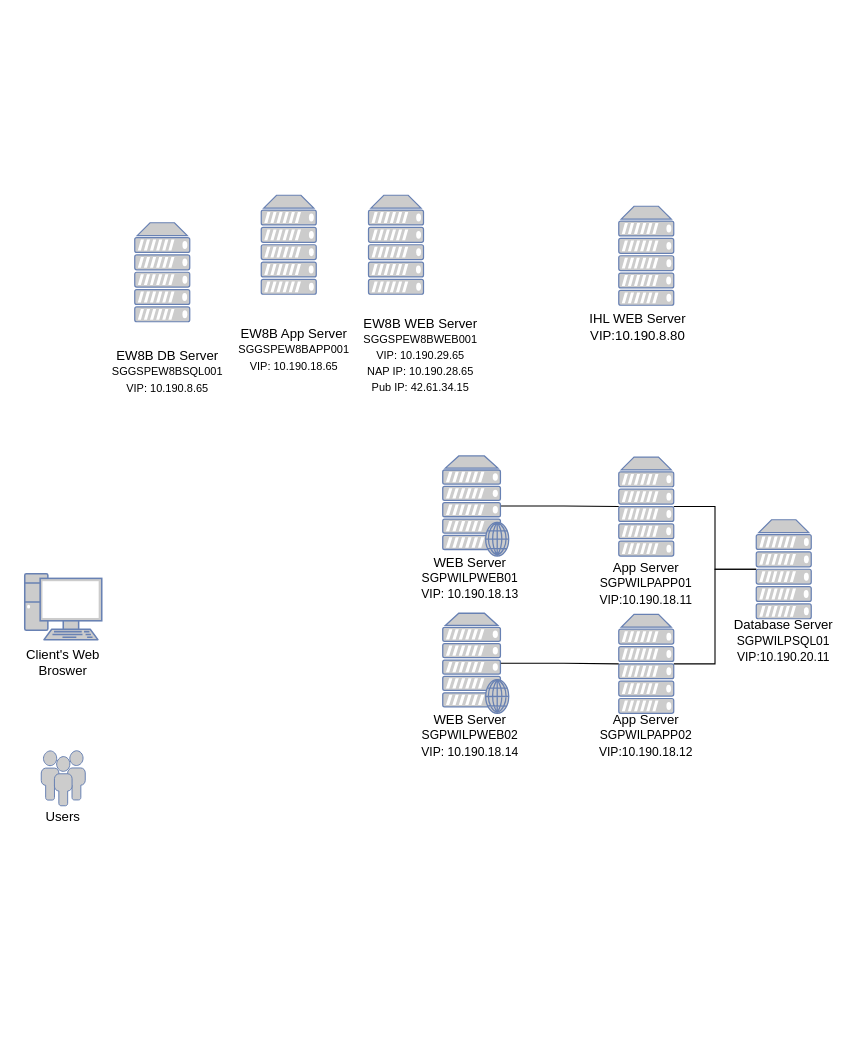
Above: NW Diagram.drawio in myomyo/branch (draw.io), before the change. Source tidied: cells renumbered, new cells numbered last; positions are measured from the earlier drawing's top-left corner, leaving out a move shared by most shapes. Both pictures are drawn from the tidied source at 110%, with x=0, y=0 at pixel (19, 195).
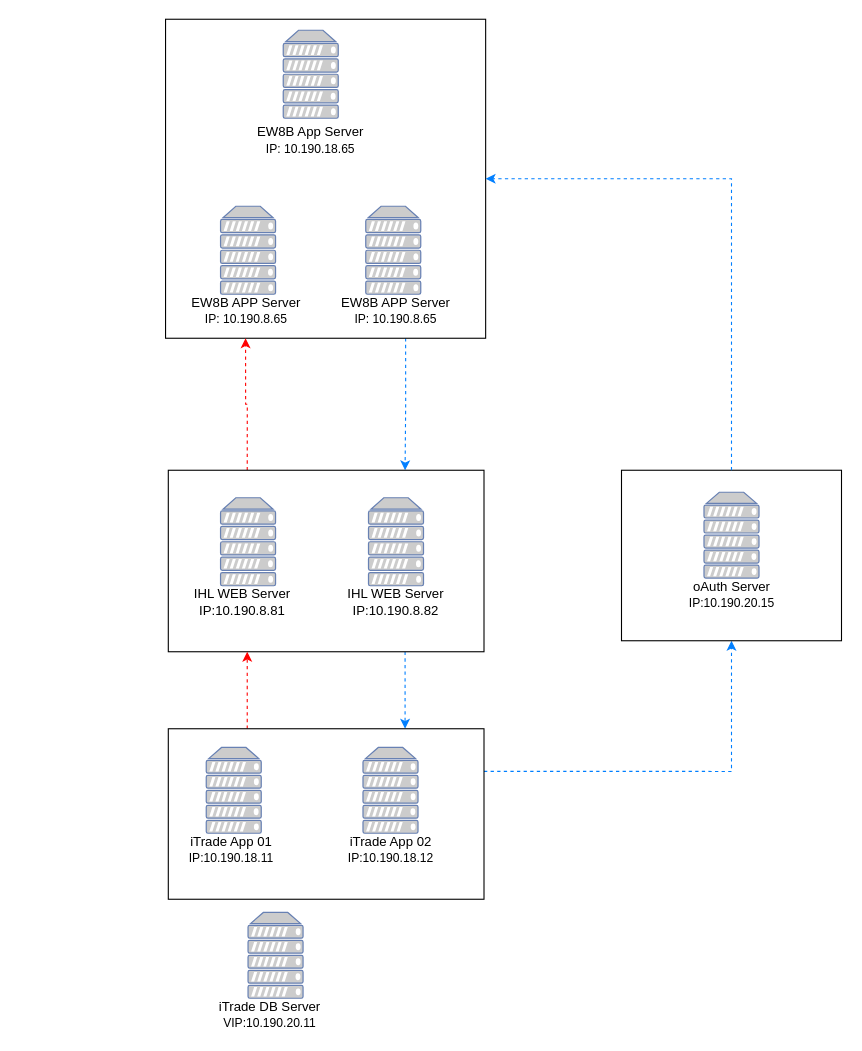
The same diagram, later.

The edit, as a diff of the source:
```diff
@@
-    <mxCell id="2" style="fontColor=#0066CC;verticalAlign=top;verticalLabelPosition=bottom;labelPosition=center;align=center;html=1;fillColor=#CCCCCC;strokeColor=#6881B3;gradientColor=none;gradientDirection=north;strokeWidth=2;shape=mxgraph.networks.pc;" parent="1" vertex="1">
-      <mxGeometry x="5" y="344" width="70" height="60" as="geometry" />
-    </mxCell>
-    <mxCell id="3" style="rounded=0;jettySize=auto;html=1;exitX=0.88;exitY=0.5;exitDx=0;exitDy=0;exitPerimeter=0;edgeStyle=orthogonalEdgeStyle;endArrow=none;endFill=0;entryX=0;entryY=0.5;entryDx=0;entryDy=0;entryPerimeter=0;" parent="1" edge="1" source="4" target="6">
-      <mxGeometry relative="1" as="geometry" />
-    </mxCell>
-    <mxCell id="4" style="fontColor=#0066CC;verticalAlign=top;verticalLabelPosition=bottom;labelPosition=center;align=center;html=1;outlineConnect=0;fillColor=#CCCCCC;strokeColor=#6881B3;gradientColor=none;gradientDirection=north;strokeWidth=2;shape=mxgraph.networks.web_server;" parent="1" vertex="1">
-      <mxGeometry x="385" y="237" width="60" height="91" as="geometry" />
-    </mxCell>
-    <mxCell id="5" style="edgeStyle=orthogonalEdgeStyle;rounded=0;jettySize=auto;html=1;exitX=1;exitY=0.5;exitDx=0;exitDy=0;exitPerimeter=0;entryX=0;entryY=0.5;entryDx=0;entryDy=0;entryPerimeter=0;endArrow=none;endFill=0;" parent="1" edge="1" source="6" target="14">
-      <mxGeometry relative="1" as="geometry" />
-    </mxCell>
+    <mxCell id="28" style="edgeStyle=orthogonalEdgeStyle;rounded=0;jettySize=auto;html=1;exitX=0.75;exitY=1;exitDx=0;exitDy=0;entryX=0.75;entryY=0;entryDx=0;entryDy=0;dashed=1;strokeColor=#007FFF;" parent="1" edge="1" source="29" target="32">
+      <mxGeometry relative="1" as="geometry" />
+    </mxCell>
+    <mxCell id="29" style="rounded=0;whiteSpace=wrap;html=1;" parent="1" vertex="1">
+      <mxGeometry x="133" y="-160" width="291" height="290" as="geometry" />
+    </mxCell>
+    <mxCell id="30" style="edgeStyle=orthogonalEdgeStyle;rounded=0;jettySize=auto;html=1;exitX=0.75;exitY=1;exitDx=0;exitDy=0;strokeColor=#007FFF;dashed=1;entryX=0.75;entryY=0;entryDx=0;entryDy=0;" parent="1" edge="1" source="32" target="35">
+      <mxGeometry relative="1" as="geometry" />
+    </mxCell>
+    <mxCell id="31" style="edgeStyle=orthogonalEdgeStyle;rounded=0;jettySize=auto;html=1;exitX=0.25;exitY=0;exitDx=0;exitDy=0;entryX=0.25;entryY=1;entryDx=0;entryDy=0;dashed=1;strokeColor=#FF0000;" parent="1" edge="1" source="32" target="29">
+      <mxGeometry relative="1" as="geometry" />
+    </mxCell>
+    <mxCell id="32" style="rounded=0;whiteSpace=wrap;html=1;" parent="1" vertex="1">
+      <mxGeometry x="135.5" y="250" width="287" height="165" as="geometry" />
+    </mxCell>
+    <mxCell id="33" style="edgeStyle=orthogonalEdgeStyle;rounded=0;jettySize=auto;html=1;exitX=0.25;exitY=0;exitDx=0;exitDy=0;entryX=0.25;entryY=1;entryDx=0;entryDy=0;dashed=1;strokeColor=#FF0000;" parent="1" edge="1" source="35" target="32">
+      <mxGeometry relative="1" as="geometry" />
+    </mxCell>
+    <mxCell id="34" style="edgeStyle=orthogonalEdgeStyle;rounded=0;jettySize=auto;html=1;exitX=1;exitY=0.25;exitDx=0;exitDy=0;dashed=1;strokeColor=#007FFF;" parent="1" edge="1" source="35" target="38">
+      <mxGeometry relative="1" as="geometry" />
+    </mxCell>
+    <mxCell id="35" style="rounded=0;whiteSpace=wrap;html=1;" parent="1" vertex="1">
+      <mxGeometry x="135.5" y="485" width="287" height="155" as="geometry" />
+    </mxCell>
     <mxCell id="6" style="fontColor=#0066CC;verticalAlign=top;verticalLabelPosition=bottom;labelPosition=center;align=center;html=1;outlineConnect=0;fillColor=#CCCCCC;strokeColor=#6881B3;gradientColor=none;gradientDirection=north;strokeWidth=2;shape=mxgraph.networks.server;" parent="1" vertex="1">
-      <mxGeometry x="545" y="238" width="50" height="90" as="geometry" />
+      <mxGeometry x="312.5" y="502" width="50" height="78" as="geometry" />
     </mxCell>
-    <mxCell id="7" value="Client's Web Broswer" style="text;html=1;strokeColor=none;fillColor=none;align=center;verticalAlign=middle;whiteSpace=wrap;rounded=0;" parent="1" vertex="1">
-      <mxGeometry y="410" width="80" height="30" as="geometry" />
-    </mxCell>
-    <mxCell id="8" value="Database Server&lt;br&gt;&lt;span style=&quot;font-size: 11px&quot;&gt;SGPWILPSQL01&lt;/span&gt;&lt;br&gt;&lt;font style=&quot;font-size: 11px&quot;&gt;VIP:10.190.20.11&lt;/font&gt;" style="text;html=1;strokeColor=none;fillColor=none;align=center;verticalAlign=middle;whiteSpace=wrap;rounded=0;" parent="1" vertex="1">
-      <mxGeometry x="640" y="390" width="110" height="30" as="geometry" />
+    <mxCell id="8" value="iTrade DB Server&lt;br&gt;&lt;font style=&quot;font-size: 11px&quot;&gt;VIP:10.190.20.11&lt;/font&gt;" style="text;html=1;strokeColor=none;fillColor=none;align=center;verticalAlign=middle;whiteSpace=wrap;rounded=0;" parent="1" vertex="1">
+      <mxGeometry x="172.5" y="730" width="110" height="30" as="geometry" />
     </mxCell>
-    <mxCell id="9" style="fontColor=#0066CC;verticalAlign=top;verticalLabelPosition=bottom;labelPosition=center;align=center;html=1;outlineConnect=0;fillColor=#CCCCCC;strokeColor=#6881B3;gradientColor=none;gradientDirection=north;strokeWidth=2;shape=mxgraph.networks.web_server;" parent="1" vertex="1">
-      <mxGeometry x="385" y="380" width="60" height="91" as="geometry" />
-    </mxCell>
-    <mxCell id="10" style="edgeStyle=orthogonalEdgeStyle;rounded=0;jettySize=auto;html=1;exitX=1;exitY=0.5;exitDx=0;exitDy=0;exitPerimeter=0;entryX=0;entryY=0.5;entryDx=0;entryDy=0;entryPerimeter=0;endArrow=none;endFill=0;" parent="1" edge="1" source="11" target="14">
-      <mxGeometry relative="1" as="geometry" />
-    </mxCell>
-    <mxCell id="11" style="fontColor=#0066CC;verticalAlign=top;verticalLabelPosition=bottom;labelPosition=center;align=center;html=1;outlineConnect=0;fillColor=#CCCCCC;strokeColor=#6881B3;gradientColor=none;gradientDirection=north;strokeWidth=2;shape=mxgraph.networks.server;" parent="1" vertex="1">
-      <mxGeometry x="545" y="381" width="50" height="90" as="geometry" />
-    </mxCell>
-    <mxCell id="12" value="WEB Server&lt;br&gt;&lt;font style=&quot;font-size: 11px&quot;&gt;SGPWILPWEB01&lt;/font&gt;&lt;br&gt;&lt;font style=&quot;font-size: 11px&quot;&gt;VIP: 10.190.18.13&lt;/font&gt;" style="text;html=1;strokeColor=none;fillColor=none;align=center;verticalAlign=middle;whiteSpace=wrap;rounded=0;" parent="1" vertex="1">
-      <mxGeometry x="360" y="328" width="100" height="39" as="geometry" />
-    </mxCell>
-    <mxCell id="13" value="App Server&lt;br&gt;&lt;span style=&quot;font-size: 11px&quot;&gt;SGPWILPAPP01&lt;/span&gt;&lt;br&gt;&lt;font style=&quot;font-size: 11px&quot;&gt;VIP:10.190.18.11&lt;/font&gt;" style="text;html=1;strokeColor=none;fillColor=none;align=center;verticalAlign=middle;whiteSpace=wrap;rounded=0;" parent="1" vertex="1">
-      <mxGeometry x="525" y="338" width="90" height="29" as="geometry" />
+    <mxCell id="13" value="iTrade App 01&lt;br&gt;&lt;font style=&quot;font-size: 11px&quot;&gt;IP:10.190.18.11&lt;/font&gt;" style="text;html=1;strokeColor=none;fillColor=none;align=center;verticalAlign=middle;whiteSpace=wrap;rounded=0;" parent="1" vertex="1">
+      <mxGeometry x="147.5" y="580" width="90" height="29" as="geometry" />
     </mxCell>
-    <mxCell id="14" style="fontColor=#0066CC;verticalAlign=top;verticalLabelPosition=bottom;labelPosition=center;align=center;html=1;outlineConnect=0;fillColor=#CCCCCC;strokeColor=#6881B3;gradientColor=none;gradientDirection=north;strokeWidth=2;shape=mxgraph.networks.server;" parent="1" vertex="1">
-      <mxGeometry x="670" y="295" width="50" height="90" as="geometry" />
-    </mxCell>
     <mxCell id="15" style="fontColor=#0066CC;verticalAlign=top;verticalLabelPosition=bottom;labelPosition=center;align=center;html=1;fillColor=#CCCCCC;strokeColor=#6881B3;gradientColor=none;gradientDirection=north;strokeWidth=2;shape=mxgraph.networks.server;" parent="1" vertex="1">
-      <mxGeometry x="545" y="10" width="50" height="90" as="geometry" />
+      <mxGeometry x="183" y="275" width="50" height="80" as="geometry" />
     </mxCell>
-    <mxCell id="16" value="IHL WEB Server&lt;br&gt;VIP:10.190.8.80" style="text;html=1;strokeColor=none;fillColor=none;align=center;verticalAlign=middle;whiteSpace=wrap;rounded=0;" parent="1" vertex="1">
-      <mxGeometry x="510" y="110" width="105" height="20" as="geometry" />
+    <mxCell id="16" value="IHL WEB Server&lt;br&gt;IP:10.190.8.81" style="text;html=1;strokeColor=none;fillColor=none;align=center;verticalAlign=middle;whiteSpace=wrap;rounded=0;" parent="1" vertex="1">
+      <mxGeometry x="152.5" y="355" width="100" height="30" as="geometry" />
     </mxCell>
-    <mxCell id="17" style="rounded=0;jettySize=auto;html=1;exitX=0.88;exitY=0.5;exitDx=0;exitDy=0;exitPerimeter=0;edgeStyle=orthogonalEdgeStyle;endArrow=none;endFill=0;entryX=0;entryY=0.5;entryDx=0;entryDy=0;entryPerimeter=0;" parent="1" edge="1" source="9" target="11">
-      <mxGeometry relative="1" as="geometry" />
-    </mxCell>
-    <mxCell id="18" value="WEB Server&lt;br&gt;&lt;span style=&quot;font-size: 11px&quot;&gt;SGPWILPWEB02&lt;/span&gt;&lt;br&gt;&lt;font style=&quot;font-size: 11px&quot;&gt;VIP: 10.190.18.14&lt;/font&gt;" style="text;html=1;strokeColor=none;fillColor=none;align=center;verticalAlign=middle;whiteSpace=wrap;rounded=0;" parent="1" vertex="1">
-      <mxGeometry x="360" y="471" width="100" height="39" as="geometry" />
-    </mxCell>
-    <mxCell id="19" value="App Server&lt;br&gt;&lt;span style=&quot;font-size: 11px&quot;&gt;SGPWILPAPP02&lt;/span&gt;&lt;br&gt;&lt;font style=&quot;font-size: 11px&quot;&gt;VIP:10.190.18.12&lt;/font&gt;" style="text;html=1;strokeColor=none;fillColor=none;align=center;verticalAlign=middle;whiteSpace=wrap;rounded=0;" parent="1" vertex="1">
-      <mxGeometry x="525" y="476" width="90" height="29" as="geometry" />
+    <mxCell id="19" value="iTrade App 02&lt;br&gt;&lt;font style=&quot;font-size: 11px&quot;&gt;IP:10.190.18.12&lt;/font&gt;" style="text;html=1;strokeColor=none;fillColor=none;align=center;verticalAlign=middle;whiteSpace=wrap;rounded=0;" parent="1" vertex="1">
+      <mxGeometry x="292.5" y="580" width="90" height="29" as="geometry" />
     </mxCell>
-    <mxCell id="20" style="fontColor=#0066CC;verticalAlign=top;verticalLabelPosition=bottom;labelPosition=center;align=center;html=1;fillColor=#CCCCCC;strokeColor=#6881B3;gradientColor=none;gradientDirection=north;strokeWidth=2;shape=mxgraph.networks.server;" parent="1" vertex="1">
-      <mxGeometry x="105" y="25" width="50" height="90" as="geometry" />
-    </mxCell>
-    <mxCell id="21" value="EW8B App Server&lt;font style=&quot;font-size: 10px&quot;&gt;&lt;br&gt;&lt;font style=&quot;font-size: 10px&quot;&gt;SGGSPEW8BAPP001&lt;br&gt;VIP: 10.190.18.65&lt;/font&gt;&lt;/font&gt;" style="text;html=1;strokeColor=none;fillColor=none;align=center;verticalAlign=middle;whiteSpace=wrap;rounded=0;" parent="1" vertex="1">
-      <mxGeometry x="195" y="110" width="110" height="60" as="geometry" />
+    <mxCell id="21" value="EW8B App Server&lt;font&gt;&lt;br&gt;&lt;font style=&quot;font-size: 11px&quot;&gt;IP: 10.190.18.65&lt;/font&gt;&lt;/font&gt;" style="text;html=1;strokeColor=none;fillColor=none;align=center;verticalAlign=middle;whiteSpace=wrap;rounded=0;" parent="1" vertex="1">
+      <mxGeometry x="210" y="-65" width="110" height="30" as="geometry" />
     </mxCell>
-    <mxCell id="22" style="fontColor=#0066CC;verticalAlign=top;verticalLabelPosition=bottom;labelPosition=center;align=center;html=1;fillColor=#CCCCCC;strokeColor=#6881B3;gradientColor=none;gradientDirection=north;strokeWidth=2;shape=mxgraph.networks.server;" parent="1" vertex="1">
-      <mxGeometry x="220" width="50" height="90" as="geometry" />
-    </mxCell>
-    <mxCell id="23" value="EW8B DB Server&lt;font style=&quot;font-size: 10px&quot;&gt;&lt;br&gt;&lt;font style=&quot;font-size: 10px&quot;&gt;SGGSPEW8BSQL001&lt;br&gt;VIP: 10.190.8.65&lt;/font&gt;&lt;/font&gt;" style="text;html=1;strokeColor=none;fillColor=none;align=center;verticalAlign=middle;whiteSpace=wrap;rounded=0;" parent="1" vertex="1">
-      <mxGeometry x="85" y="130" width="100" height="60" as="geometry" />
+    <mxCell id="23" value="EW8B APP Server&lt;font&gt;&lt;br&gt;&lt;font style=&quot;font-size: 11px&quot;&gt;IP: 10.190.8.65&lt;/font&gt;&lt;/font&gt;" style="text;html=1;strokeColor=none;fillColor=none;align=center;verticalAlign=middle;whiteSpace=wrap;rounded=0;" parent="1" vertex="1">
+      <mxGeometry x="155" y="88" width="103" height="33" as="geometry" />
     </mxCell>
-    <mxCell id="24" style="fontColor=#0066CC;verticalAlign=top;verticalLabelPosition=bottom;labelPosition=center;align=center;html=1;fillColor=#CCCCCC;strokeColor=#6881B3;gradientColor=none;gradientDirection=north;strokeWidth=2;shape=mxgraph.networks.users;" parent="1" vertex="1">
-      <mxGeometry x="20" y="505" width="40" height="50" as="geometry" />
-    </mxCell>
-    <mxCell id="25" value="Users" style="text;html=1;strokeColor=none;fillColor=none;align=center;verticalAlign=middle;whiteSpace=wrap;rounded=0;" parent="1" vertex="1">
-      <mxGeometry x="5" y="555" width="70" height="20" as="geometry" />
-    </mxCell>
-    <mxCell id="26" style="fontColor=#0066CC;verticalAlign=top;verticalLabelPosition=bottom;labelPosition=center;align=center;html=1;fillColor=#CCCCCC;strokeColor=#6881B3;gradientColor=none;gradientDirection=north;strokeWidth=2;shape=mxgraph.networks.server;" parent="1" vertex="1">
-      <mxGeometry x="317.5" width="50" height="90" as="geometry" />
-    </mxCell>
-    <mxCell id="27" value="EW8B WEB Server&lt;font style=&quot;font-size: 10px&quot;&gt;&lt;br&gt;&lt;font style=&quot;font-size: 10px&quot;&gt;SGGSPEW8BWEB001&lt;br&gt;VIP: 10.190.29.65&lt;br&gt;NAP IP: 10.190.28.65&lt;br&gt;Pub IP: 42.61.34.15&lt;br&gt;&lt;/font&gt;&lt;/font&gt;" style="text;html=1;strokeColor=none;fillColor=none;align=center;verticalAlign=middle;whiteSpace=wrap;rounded=0;" parent="1" vertex="1">
-      <mxGeometry x="310" y="100" width="110" height="90" as="geometry" />
-    </mxCell>
+    <mxCell id="36" style="fontColor=#0066CC;verticalAlign=top;verticalLabelPosition=bottom;labelPosition=center;align=center;html=1;fillColor=#CCCCCC;strokeColor=#6881B3;gradientColor=none;gradientDirection=north;strokeWidth=2;shape=mxgraph.networks.server;" parent="1" vertex="1">
+      <mxGeometry x="170" y="502" width="50" height="78" as="geometry" />
+    </mxCell>
+    <mxCell id="37" style="fontColor=#0066CC;verticalAlign=top;verticalLabelPosition=bottom;labelPosition=center;align=center;html=1;fillColor=#CCCCCC;strokeColor=#6881B3;gradientColor=none;gradientDirection=north;strokeWidth=2;shape=mxgraph.networks.server;" parent="1" vertex="1">
+      <mxGeometry x="208" y="652" width="50" height="78" as="geometry" />
+    </mxCell>
+    <mxCell id="38" style="rounded=0;whiteSpace=wrap;html=1;" parent="1" vertex="1">
+      <mxGeometry x="547.5" y="250" width="200" height="155" as="geometry" />
+    </mxCell>
+    <mxCell id="39" style="edgeStyle=orthogonalEdgeStyle;rounded=0;jettySize=auto;html=1;entryX=1;entryY=0.5;entryDx=0;entryDy=0;dashed=1;strokeColor=#007FFF;exitX=0.5;exitY=0;exitDx=0;exitDy=0;" parent="1" edge="1" source="38" target="29">
+      <mxGeometry relative="1" as="geometry" />
+    </mxCell>
+    <mxCell id="40" style="fontColor=#0066CC;verticalAlign=top;verticalLabelPosition=bottom;labelPosition=center;align=center;html=1;fillColor=#CCCCCC;strokeColor=#6881B3;gradientColor=none;gradientDirection=north;strokeWidth=2;shape=mxgraph.networks.server;" parent="1" vertex="1">
+      <mxGeometry x="622.5" y="270" width="50" height="78" as="geometry" />
+    </mxCell>
+    <mxCell id="41" value="oAuth Server&lt;br&gt;&lt;font style=&quot;font-size: 11px&quot;&gt;IP:10.190.20.15&lt;/font&gt;" style="text;html=1;strokeColor=none;fillColor=none;align=center;verticalAlign=middle;whiteSpace=wrap;rounded=0;" parent="1" vertex="1">
+      <mxGeometry x="602.5" y="348" width="90" height="29" as="geometry" />
+    </mxCell>
+    <mxCell id="42" style="fontColor=#0066CC;verticalAlign=top;verticalLabelPosition=bottom;labelPosition=center;align=center;html=1;fillColor=#CCCCCC;strokeColor=#6881B3;gradientColor=none;gradientDirection=north;strokeWidth=2;shape=mxgraph.networks.server;" parent="1" vertex="1">
+      <mxGeometry x="317.5" y="275" width="50" height="80" as="geometry" />
+    </mxCell>
+    <mxCell id="43" value="IHL WEB Server&lt;br&gt;IP:10.190.8.82" style="text;html=1;strokeColor=none;fillColor=none;align=center;verticalAlign=middle;whiteSpace=wrap;rounded=0;" parent="1" vertex="1">
+      <mxGeometry x="290" y="355" width="105" height="30" as="geometry" />
+    </mxCell>
+    <mxCell id="44" style="fontColor=#0066CC;verticalAlign=top;verticalLabelPosition=bottom;labelPosition=center;align=center;html=1;fillColor=#CCCCCC;strokeColor=#6881B3;gradientColor=none;gradientDirection=north;strokeWidth=2;shape=mxgraph.networks.server;" parent="1" vertex="1">
+      <mxGeometry x="240" y="-150" width="50" height="80" as="geometry" />
+    </mxCell>
+    <mxCell id="45" style="fontColor=#0066CC;verticalAlign=top;verticalLabelPosition=bottom;labelPosition=center;align=center;html=1;fillColor=#CCCCCC;strokeColor=#6881B3;gradientColor=none;gradientDirection=north;strokeWidth=2;shape=mxgraph.networks.server;" parent="1" vertex="1">
+      <mxGeometry x="183" y="10" width="50" height="80" as="geometry" />
+    </mxCell>
+    <mxCell id="46" style="fontColor=#0066CC;verticalAlign=top;verticalLabelPosition=bottom;labelPosition=center;align=center;html=1;fillColor=#CCCCCC;strokeColor=#6881B3;gradientColor=none;gradientDirection=north;strokeWidth=2;shape=mxgraph.networks.server;" parent="1" vertex="1">
+      <mxGeometry x="315" y="10" width="50" height="80" as="geometry" />
+    </mxCell>
+    <mxCell id="47" value="EW8B APP Server&lt;font&gt;&lt;br&gt;&lt;font style=&quot;font-size: 11px&quot;&gt;IP: 10.190.8.65&lt;/font&gt;&lt;/font&gt;" style="text;html=1;strokeColor=none;fillColor=none;align=center;verticalAlign=middle;whiteSpace=wrap;rounded=0;" parent="1" vertex="1">
+      <mxGeometry x="290" y="88" width="105" height="33" as="geometry" />
+    </mxCell>
```
